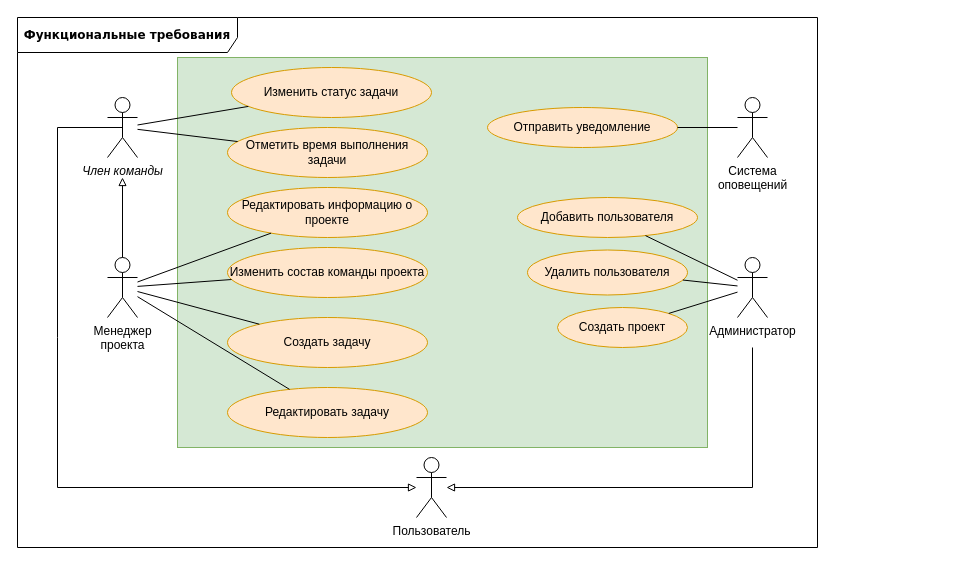
This is docs/raw_diagrams/functional_requirements.drawio from aVorotnikov/thunder_board, a draw.io file, before an edit. Source tidied: cells renumbered, new cells numbered last; positions are measured from the earlier drawing's top-left corner, leaving out a move shared by most shapes. Both pictures are drawn from the tidied source at 100%, with x=0, y=0 at pixel (17, 17).
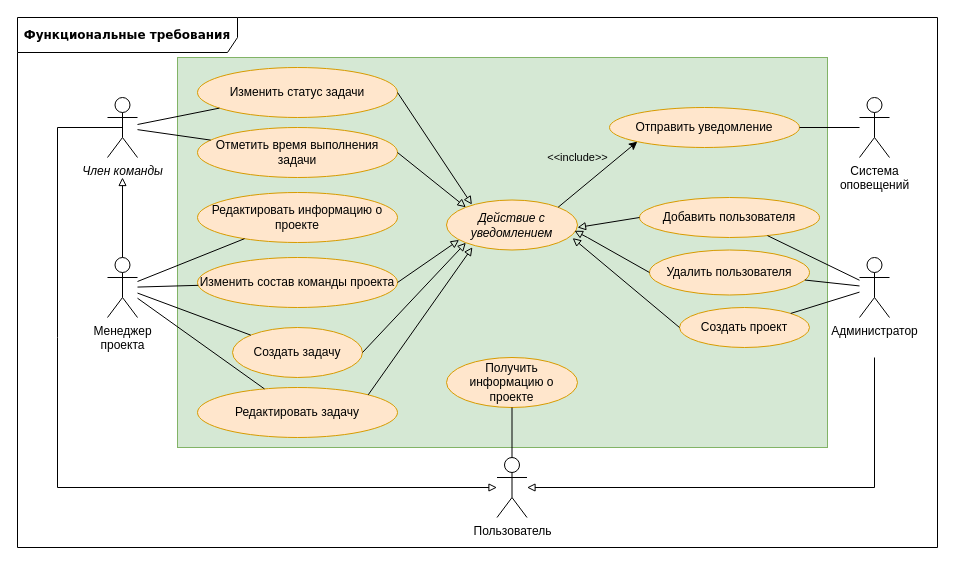
The same diagram, later.

Commit message (it also covers changes not shown here):
Обновлены системные требования

Change to the diagram source:
```diff
@@
     <mxCell id="2" value="&lt;b&gt;Функциональные требования&lt;/b&gt;" style="shape=umlFrame;whiteSpace=wrap;html=1;rounded=1;shadow=0;comic=0;labelBackgroundColor=none;strokeWidth=1;fontFamily=Verdana;fontSize=12;align=center;width=220;height=35;" parent="1" vertex="1">
-      <mxGeometry width="800" height="530" as="geometry" />
+      <mxGeometry width="920" height="530" as="geometry" />
     </mxCell>
     <mxCell id="3" style="rounded=0;whiteSpace=wrap;html=1;fillColor=#d5e8d4;strokeColor=#82b366;" parent="1" vertex="1">
-      <mxGeometry x="160" y="40" width="530" height="390" as="geometry" />
+      <mxGeometry x="160" y="40" width="650" height="390" as="geometry" />
     </mxCell>
     <mxCell id="4" value="Администратор" style="shape=umlActor;verticalLabelPosition=bottom;verticalAlign=top;html=1;outlineConnect=0;" parent="1" vertex="1">
-      <mxGeometry x="720" y="240" width="30" height="60" as="geometry" />
+      <mxGeometry x="842" y="240" width="30" height="60" as="geometry" />
     </mxCell>
     <mxCell id="5" value="Добавить пользователя" style="ellipse;whiteSpace=wrap;html=1;fillColor=#ffe6cc;strokeColor=#d79b00;" parent="1" vertex="1">
-      <mxGeometry x="500" y="180" width="180" height="40" as="geometry" />
+      <mxGeometry x="622" y="180" width="180" height="40" as="geometry" />
     </mxCell>
     <mxCell id="6" value="Создать проект" style="ellipse;whiteSpace=wrap;html=1;fillColor=#ffe6cc;strokeColor=#d79b00;" parent="1" vertex="1">
-      <mxGeometry x="540" y="290" width="130" height="40" as="geometry" />
+      <mxGeometry x="662" y="290" width="130" height="40" as="geometry" />
     </mxCell>
     <mxCell id="7" value="Удалить пользователя" style="ellipse;whiteSpace=wrap;html=1;fillColor=#ffe6cc;strokeColor=#d79b00;" parent="1" vertex="1">
-      <mxGeometry x="510" y="232.5" width="160" height="45" as="geometry" />
+      <mxGeometry x="632" y="232.5" width="160" height="45" as="geometry" />
     </mxCell>
@@
     <mxCell id="9" value="Создать задачу" style="ellipse;whiteSpace=wrap;html=1;fillColor=#ffe6cc;strokeColor=#d79b00;" parent="1" vertex="1">
-      <mxGeometry x="210" y="300" width="200" height="50" as="geometry" />
+      <mxGeometry x="215" y="310" width="130" height="50" as="geometry" />
     </mxCell>
     <mxCell id="10" value="Редактировать задачу" style="ellipse;whiteSpace=wrap;html=1;fillColor=#ffe6cc;strokeColor=#d79b00;" parent="1" vertex="1">
-      <mxGeometry x="210" y="370" width="200" height="50" as="geometry" />
+      <mxGeometry x="180" y="370" width="200" height="50" as="geometry" />
     </mxCell>
     <mxCell id="11" value="Изменить состав команды проекта" style="ellipse;whiteSpace=wrap;html=1;fillColor=#ffe6cc;strokeColor=#d79b00;" parent="1" vertex="1">
-      <mxGeometry x="210" y="230" width="200" height="50" as="geometry" />
+      <mxGeometry x="180" y="240" width="200" height="50" as="geometry" />
     </mxCell>
     <mxCell id="12" value="Редактировать информацию о проекте" style="ellipse;whiteSpace=wrap;html=1;fillColor=#ffe6cc;strokeColor=#d79b00;" parent="1" vertex="1">
-      <mxGeometry x="210" y="170" width="200" height="50" as="geometry" />
+      <mxGeometry x="180" y="175" width="200" height="50" as="geometry" />
     </mxCell>
     <mxCell id="13" value="Изменить статус задачи" style="ellipse;whiteSpace=wrap;html=1;fillColor=#ffe6cc;strokeColor=#d79b00;" parent="1" vertex="1">
-      <mxGeometry x="214" y="50" width="200" height="50" as="geometry" />
+      <mxGeometry x="180" y="50" width="200" height="50" as="geometry" />
     </mxCell>
@@
     <mxCell id="21" value="Пользователь" style="shape=umlActor;verticalLabelPosition=bottom;verticalAlign=top;html=1;outlineConnect=0;" parent="1" vertex="1">
-      <mxGeometry x="399" y="440" width="30" height="60" as="geometry" />
+      <mxGeometry x="479.5" y="440" width="30" height="60" as="geometry" />
     </mxCell>
     <mxCell id="22" style="endArrow=block;html=1;rounded=0;endFill=0;" parent="1" edge="1" target="21">
       <mxGeometry relative="1" as="geometry">
-        <mxPoint x="735" y="330" as="sourcePoint" />
+        <mxPoint x="857" y="340" as="sourcePoint" />
         <Array as="points">
-          <mxPoint x="735" y="470" />
+          <mxPoint x="857" y="470" />
         </Array>
       </mxGeometry>
     </mxCell>
@@
     <mxCell id="27" value="Отметить время выполнения задачи" style="ellipse;whiteSpace=wrap;html=1;fillColor=#ffe6cc;strokeColor=#d79b00;" parent="1" vertex="1">
-      <mxGeometry x="210" y="110" width="200" height="50" as="geometry" />
+      <mxGeometry x="180" y="110" width="200" height="50" as="geometry" />
     </mxCell>
@@
     <mxCell id="29" value="&lt;div&gt;Система&lt;/div&gt;&lt;div&gt;оповещений&lt;br&gt;&lt;/div&gt;" style="shape=umlActor;verticalLabelPosition=bottom;verticalAlign=top;html=1;outlineConnect=0;" parent="1" vertex="1">
-      <mxGeometry x="720" y="80" width="30" height="60" as="geometry" />
+      <mxGeometry x="842" y="80" width="30" height="60" as="geometry" />
     </mxCell>
     <mxCell id="30" value="Отправить уведомление" style="ellipse;whiteSpace=wrap;html=1;fillColor=#ffe6cc;strokeColor=#d79b00;" parent="1" vertex="1">
-      <mxGeometry x="470" y="90" width="190" height="40" as="geometry" />
+      <mxGeometry x="592" y="90" width="190" height="40" as="geometry" />
     </mxCell>
@@
+    <mxCell id="32" value="Получить информацию о проекте" style="ellipse;whiteSpace=wrap;html=1;fillColor=#ffe6cc;strokeColor=#d79b00;" parent="1" vertex="1">
+      <mxGeometry x="429" y="340" width="131" height="50" as="geometry" />
+    </mxCell>
+    <mxCell id="33" style="endArrow=none;html=1;rounded=0;entryX=0.5;entryY=1;entryDx=0;entryDy=0;exitX=0.5;exitY=0;exitDx=0;exitDy=0;exitPerimeter=0;" parent="1" edge="1" source="21" target="32">
+      <mxGeometry relative="1" as="geometry" />
+    </mxCell>
+    <mxCell id="34" value="&lt;i&gt;Действие с уведомлением&lt;/i&gt;" style="ellipse;whiteSpace=wrap;html=1;fillColor=#ffe6cc;strokeColor=#d79b00;" parent="1" vertex="1">
+      <mxGeometry x="429" y="182.5" width="131" height="50" as="geometry" />
+    </mxCell>
+    <mxCell id="35" style="endArrow=classic;html=1;rounded=0;entryX=0;entryY=1;entryDx=0;entryDy=0;exitX=1;exitY=0;exitDx=0;exitDy=0;" parent="1" edge="1" source="34" target="30">
+      <mxGeometry relative="1" as="geometry" />
+    </mxCell>
+    <mxCell id="36" value="&amp;lt;&amp;lt;include&amp;gt;&amp;gt;" style="edgeLabel;html=1;align=center;verticalAlign=middle;labelBackgroundColor=none;" parent="35" vertex="1">
+      <mxGeometry x="-0.01" y="-1" relative="1" as="geometry">
+        <mxPoint x="-21" y="-18" as="offset" />
+      </mxGeometry>
+    </mxCell>
+    <mxCell id="37" style="endArrow=block;html=1;rounded=0;exitX=1;exitY=0;exitDx=0;exitDy=0;entryX=0.198;entryY=0.946;entryDx=0;entryDy=0;endFill=0;entryPerimeter=0;" parent="1" edge="1" source="10" target="34">
+      <mxGeometry relative="1" as="geometry" />
+    </mxCell>
+    <mxCell id="38" style="endArrow=block;html=1;rounded=0;exitX=0;exitY=0.5;exitDx=0;exitDy=0;entryX=0.963;entryY=0.762;entryDx=0;entryDy=0;endFill=0;entryPerimeter=0;" parent="1" edge="1" source="6" target="34">
+      <mxGeometry relative="1" as="geometry" />
+    </mxCell>
+    <mxCell id="39" style="endArrow=block;html=1;rounded=0;exitX=0;exitY=0.5;exitDx=0;exitDy=0;endFill=0;entryX=0.977;entryY=0.615;entryDx=0;entryDy=0;entryPerimeter=0;" parent="1" edge="1" source="7" target="34">
+      <mxGeometry relative="1" as="geometry">
+        <Array as="points">
+          <mxPoint x="570" y="220" />
+        </Array>
+      </mxGeometry>
+    </mxCell>
+    <mxCell id="40" style="endArrow=block;html=1;rounded=0;exitX=0;exitY=0.5;exitDx=0;exitDy=0;endFill=0;" parent="1" edge="1" source="5">
+      <mxGeometry relative="1" as="geometry">
+        <mxPoint x="560" y="210" as="targetPoint" />
+      </mxGeometry>
+    </mxCell>
+    <mxCell id="41" style="endArrow=block;html=1;rounded=0;exitX=1;exitY=0.5;exitDx=0;exitDy=0;entryX=0.194;entryY=0.091;entryDx=0;entryDy=0;endFill=0;entryPerimeter=0;" parent="1" edge="1" source="13" target="34">
+      <mxGeometry relative="1" as="geometry" />
+    </mxCell>
+    <mxCell id="42" style="endArrow=block;html=1;rounded=0;exitX=1;exitY=0.5;exitDx=0;exitDy=0;entryX=0.096;entryY=0.799;entryDx=0;entryDy=0;endFill=0;entryPerimeter=0;" parent="1" edge="1" source="11" target="34">
+      <mxGeometry relative="1" as="geometry" />
+    </mxCell>
+    <mxCell id="43" style="endArrow=block;html=1;rounded=0;exitX=1;exitY=0.5;exitDx=0;exitDy=0;entryX=0;entryY=1;entryDx=0;entryDy=0;endFill=0;" parent="1" edge="1" source="9" target="34">
+      <mxGeometry relative="1" as="geometry" />
+    </mxCell>
+    <mxCell id="44" style="endArrow=block;html=1;rounded=0;exitX=1;exitY=0.5;exitDx=0;exitDy=0;entryX=0;entryY=0;entryDx=0;entryDy=0;endFill=0;" parent="1" edge="1" source="27" target="34">
+      <mxGeometry relative="1" as="geometry" />
+    </mxCell>
```
